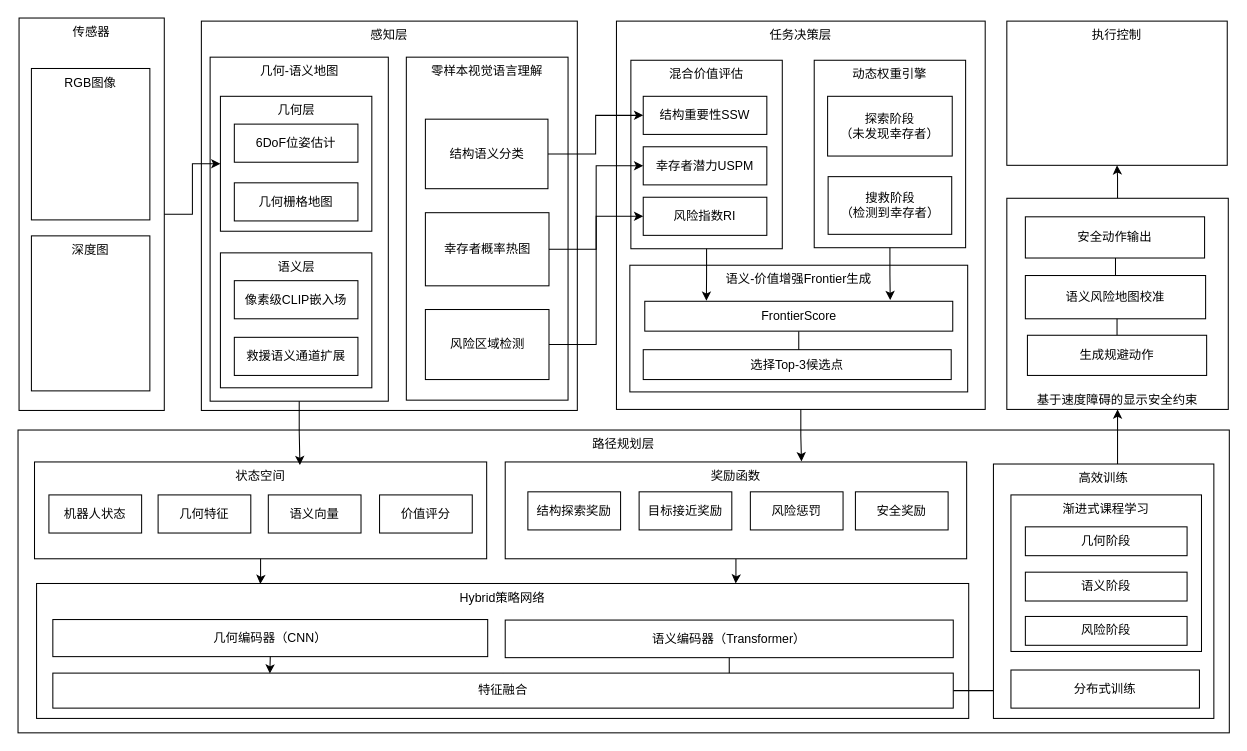
The draw.io diagram 未命名绘图.drawio in qingyuhai/myGitTemp, before the edit. Source tidied: cells renumbered, new cells numbered last; positions are measured from the earlier drawing's top-left corner, leaving out a move shared by most shapes. Both pictures are drawn from the tidied source at 103%, with x=0, y=0 at pixel (18, 18).
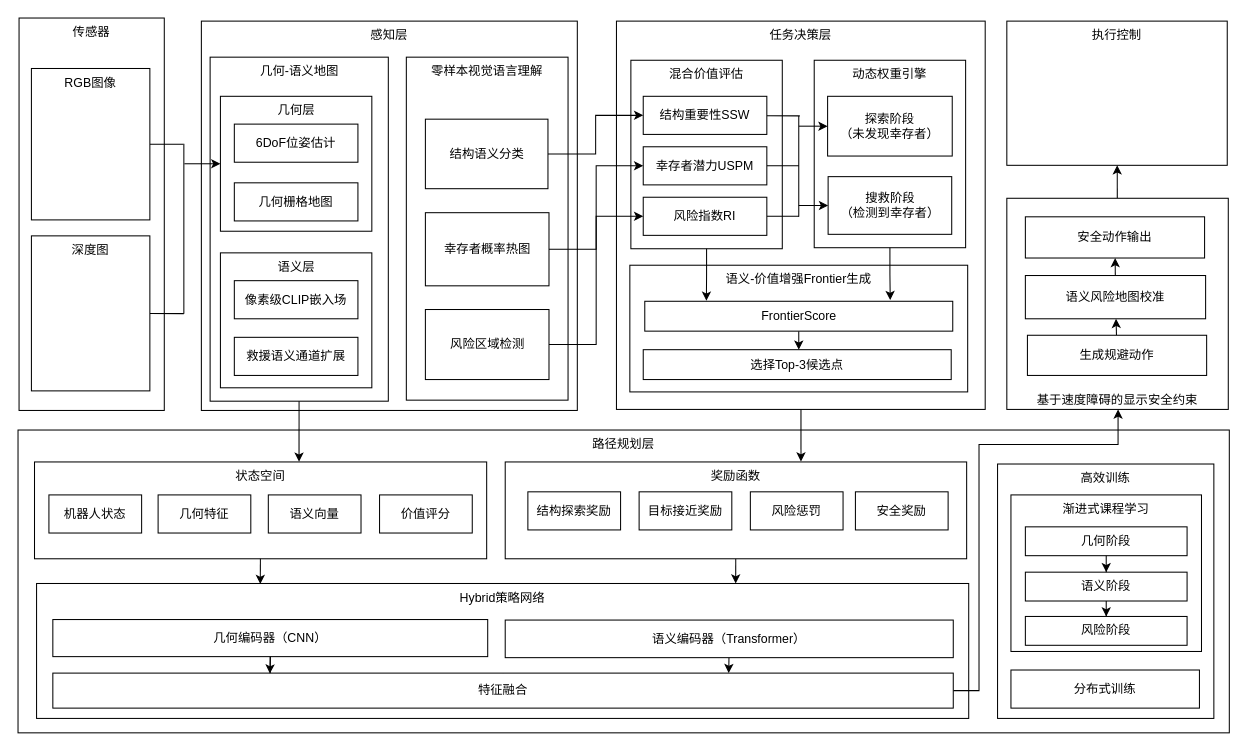
Above is the later version.

Commit message (it also covers changes not shown here):
更新未命名绘图.drawio

Unchanged cells that the change refers to:
```xml
<mxCell id="2" value="传感器" style="rounded=0;whiteSpace=wrap;html=1;verticalAlign=top;" parent="1" vertex="1">
<mxCell id="4" value="任务决策层" style="rounded=0;whiteSpace=wrap;html=1;verticalAlign=top;" parent="1" vertex="1">
<mxCell id="6" value="执行控制" style="rounded=0;whiteSpace=wrap;html=1;verticalAlign=top;" parent="1" vertex="1">
<mxCell id="7" value="几何-语义地图" style="rounded=0;whiteSpace=wrap;html=1;verticalAlign=top;" parent="1" vertex="1">
<mxCell id="8" value="几何层" style="rounded=0;whiteSpace=wrap;html=1;verticalAlign=top;" parent="1" vertex="1">
<mxCell id="11" value="结构重要性SSW" style="rounded=0;whiteSpace=wrap;html=1;" parent="1" vertex="1">
<mxCell id="12" value="幸存者潜力USPM" style="rounded=0;whiteSpace=wrap;html=1;" parent="1" vertex="1">
<mxCell id="13" value="风险指数RI" style="rounded=0;whiteSpace=wrap;html=1;" parent="1" vertex="1">
<mxCell id="15" value="探索阶段&lt;div&gt;（未发现幸存者）&lt;/div&gt;" style="rounded=0;whiteSpace=wrap;html=1;" parent="1" vertex="1">
<mxCell id="16" value="搜救阶段&lt;div&gt;（检测到幸存者）&lt;/div&gt;" style="rounded=0;whiteSpace=wrap;html=1;" parent="1" vertex="1">
<mxCell id="17" value="Hybrid策略网络" style="rounded=0;whiteSpace=wrap;html=1;verticalAlign=top;" parent="1" vertex="1">
<mxCell id="18" value="状态空间" style="rounded=0;whiteSpace=wrap;html=1;verticalAlign=top;" parent="1" vertex="1">
<mxCell id="19" value="几何编码器（CNN）" style="rounded=0;whiteSpace=wrap;html=1;" parent="1" vertex="1">
<mxCell id="21" value="语义编码器（Transformer）" style="rounded=0;whiteSpace=wrap;html=1;" parent="1" vertex="1">
<mxCell id="23" value="&lt;div&gt;&lt;div class=&quot;old-record-id-UI9NddCrRo0jrax99HIcFApNn1e&quot;&gt;基于速度障碍的&lt;span style=&quot;color: light-dark(rgb(0, 0, 0), rgb(255, 255, 255));&quot;&gt;显示安全约束&lt;/span&gt;&lt;/div&gt;&lt;/div&gt;" style="rounded=0;whiteSpace=wrap;html=1;verticalAlign=bottom;" parent="1" vertex="1">
<mxCell id="24" value="RGB图像" style="rounded=0;whiteSpace=wrap;html=1;verticalAlign=top;" parent="1" vertex="1">
<mxCell id="25" value="深度图" style="rounded=0;whiteSpace=wrap;html=1;verticalAlign=top;" parent="1" vertex="1">
<mxCell id="27" value="生成规避动作" style="rounded=0;whiteSpace=wrap;html=1;" parent="1" vertex="1">
<mxCell id="29" value="语义风险地图校准" style="rounded=0;whiteSpace=wrap;html=1;" parent="1" vertex="1">
<mxCell id="35" value="奖励函数" style="rounded=0;whiteSpace=wrap;html=1;verticalAlign=top;" parent="1" vertex="1">
<mxCell id="41" value="特征融合" style="rounded=0;whiteSpace=wrap;html=1;" parent="1" vertex="1">
<mxCell id="46" value="安全动作输出" style="rounded=0;whiteSpace=wrap;html=1;" parent="1" vertex="1">
<mxCell id="56" value="&lt;div&gt;&lt;div class=&quot;old-record-id-MrWGdxZGiolvprx9qxSc6dqvnWe&quot;&gt;&lt;div&gt;&lt;div class=&quot;ace-line ace-line old-record-id-MdqQdFTXMoa1VLxG5Y0cHxWdnwl&quot;&gt;&lt;span class=&quot;j-block-container&quot;&gt;FrontierScore&lt;/span&gt;&lt;/div&gt;&lt;/div&gt;&lt;span class=&quot;lark-record-clipboard&quot; data-lark-record-data=&quot;{&amp;quot;rootId&amp;quot;:&amp;quot;BNPAdGCBEommW2xqo2ccPuPGn6e&amp;quot;,&amp;quot;text&amp;quot;:{&amp;quot;initialAttributedTexts&amp;quot;:{&amp;quot;text&amp;quot;:{&amp;quot;0&amp;quot;:&amp;quot; &amp;quot;},&amp;quot;attribs&amp;quot;:{&amp;quot;0&amp;quot;:&amp;quot;*2*0*1+1&amp;quot;}},&amp;quot;apool&amp;quot;:{&amp;quot;numToAttrib&amp;quot;:{&amp;quot;0&amp;quot;:[&amp;quot;equation&amp;quot;,&amp;quot;\\text{FrontierScore}\n&amp;quot;],&amp;quot;1&amp;quot;:[&amp;quot;objectID&amp;quot;,&amp;quot;rOXUzTqO&amp;quot;],&amp;quot;2&amp;quot;:[&amp;quot;author&amp;quot;,&amp;quot;7080140424181972994&amp;quot;]},&amp;quot;nextNum&amp;quot;:3}},&amp;quot;type&amp;quot;:&amp;quot;text&amp;quot;,&amp;quot;referenceRecordMap&amp;quot;:{},&amp;quot;extra&amp;quot;:{&amp;quot;channel&amp;quot;:&amp;quot;saas&amp;quot;,&amp;quot;isEqualBlockSelection&amp;quot;:true,&amp;quot;pasteRandomId&amp;quot;:&amp;quot;67b2a4c2-bbb4-4ff4-b034-cae2410ab669&amp;quot;,&amp;quot;mention_page_title&amp;quot;:{},&amp;quot;external_mention_url&amp;quot;:{}},&amp;quot;isKeepQuoteContainer&amp;quot;:false,&amp;quot;isFromCode&amp;quot;:false,&amp;quot;selection&amp;quot;:[{&amp;quot;id&amp;quot;:252,&amp;quot;type&amp;quot;:&amp;quot;text&amp;quot;,&amp;quot;selection&amp;quot;:{&amp;quot;start&amp;quot;:0,&amp;quot;end&amp;quot;:1},&amp;quot;recordId&amp;quot;:&amp;quot;MdqQdFTXMoa1VLxG5Y0cHxWdnwl&amp;quot;}],&amp;quot;payloadMap&amp;quot;:{},&amp;quot;isCut&amp;quot;:false}&quot;&gt;&lt;/span&gt;&lt;/div&gt;&lt;/div&gt;&lt;span class=&quot;lark-record-clipboard&quot; data-lark-record-data=&quot;{&amp;quot;rootId&amp;quot;:&amp;quot;BNPAdGCBEommW2xqo2ccPuPGn6e&amp;quot;,&amp;quot;text&amp;quot;:{&amp;quot;initialAttributedTexts&amp;quot;:{&amp;quot;text&amp;quot;:{&amp;quot;0&amp;quot;:&amp;quot;价值地图引导的Frontier选择&amp;quot;},&amp;quot;attribs&amp;quot;:{&amp;quot;0&amp;quot;:&amp;quot;*0*1+h&amp;quot;}},&amp;quot;apool&amp;quot;:{&amp;quot;numToAttrib&amp;quot;:{&amp;quot;0&amp;quot;:[&amp;quot;author&amp;quot;,&amp;quot;7080140424181972994&amp;quot;],&amp;quot;1&amp;quot;:[&amp;quot;bold&amp;quot;,&amp;quot;true&amp;quot;]},&amp;quot;nextNum&amp;quot;:2}},&amp;quot;type&amp;quot;:&amp;quot;text&amp;quot;,&amp;quot;referenceRecordMap&amp;quot;:{},&amp;quot;extra&amp;quot;:{&amp;quot;channel&amp;quot;:&amp;quot;saas&amp;quot;,&amp;quot;isEqualBlockSelection&amp;quot;:false,&amp;quot;pasteRandomId&amp;quot;:&amp;quot;e27646a3-14b2-4f86-8ac1-85d0b10dd6ea&amp;quot;,&amp;quot;mention_page_title&amp;quot;:{},&amp;quot;external_mention_url&amp;quot;:{}},&amp;quot;isKeepQuoteContainer&amp;quot;:false,&amp;quot;isFromCode&amp;quot;:false,&amp;quot;selection&amp;quot;:[{&amp;quot;id&amp;quot;:241,&amp;quot;type&amp;quot;:&amp;quot;text&amp;quot;,&amp;quot;selection&amp;quot;:{&amp;quot;start&amp;quot;:0,&amp;quot;end&amp;quot;:17},&amp;quot;recordId&amp;quot;:&amp;quot;MrWGdxZGiolvprx9qxSc6dqvnWe&amp;quot;}],&amp;quot;payloadMap&amp;quot;:{},&amp;quot;isCut&amp;quot;:false}&quot;&gt;&lt;/span&gt;" style="rounded=0;whiteSpace=wrap;html=1;" parent="1" vertex="1">
<mxCell id="57" value="&lt;div&gt;&lt;div class=&quot;old-record-id-MrWGdxZGiolvprx9qxSc6dqvnWe&quot;&gt;&lt;div&gt;&lt;div class=&quot;ace-line ace-line old-record-id-MdqQdFTXMoa1VLxG5Y0cHxWdnwl&quot;&gt;&lt;div&gt;&lt;div class=&quot;old-record-id-ON2RdJJ0aoLhdgxKIYQc2rJrnkc&quot;&gt;选择Top-3候选点&lt;/div&gt;&lt;/div&gt;&lt;span class=&quot;lark-record-clipboard&quot; data-lark-record-data=&quot;{&amp;quot;rootId&amp;quot;:&amp;quot;BNPAdGCBEommW2xqo2ccPuPGn6e&amp;quot;,&amp;quot;text&amp;quot;:{&amp;quot;initialAttributedTexts&amp;quot;:{&amp;quot;text&amp;quot;:{&amp;quot;0&amp;quot;:&amp;quot;选择Top-3候选点&amp;quot;},&amp;quot;attribs&amp;quot;:{&amp;quot;0&amp;quot;:&amp;quot;*0+a&amp;quot;}},&amp;quot;apool&amp;quot;:{&amp;quot;numToAttrib&amp;quot;:{&amp;quot;0&amp;quot;:[&amp;quot;author&amp;quot;,&amp;quot;7080140424181972994&amp;quot;]},&amp;quot;nextNum&amp;quot;:1}},&amp;quot;type&amp;quot;:&amp;quot;text&amp;quot;,&amp;quot;referenceRecordMap&amp;quot;:{},&amp;quot;extra&amp;quot;:{&amp;quot;channel&amp;quot;:&amp;quot;saas&amp;quot;,&amp;quot;isEqualBlockSelection&amp;quot;:false,&amp;quot;pasteRandomId&amp;quot;:&amp;quot;8e714dca-01f3-4ddd-979a-de3e74d18979&amp;quot;,&amp;quot;mention_page_title&amp;quot;:{},&amp;quot;external_mention_url&amp;quot;:{}},&amp;quot;isKeepQuoteContainer&amp;quot;:false,&amp;quot;isFromCode&amp;quot;:false,&amp;quot;selection&amp;quot;:[{&amp;quot;id&amp;quot;:616,&amp;quot;type&amp;quot;:&amp;quot;text&amp;quot;,&amp;quot;selection&amp;quot;:{&amp;quot;start&amp;quot;:32,&amp;quot;end&amp;quot;:42},&amp;quot;recordId&amp;quot;:&amp;quot;ON2RdJJ0aoLhdgxKIYQc2rJrnkc&amp;quot;}],&amp;quot;payloadMap&amp;quot;:{},&amp;quot;isCut&amp;quot;:false}&quot;&gt;&lt;/span&gt;&lt;/div&gt;&lt;/div&gt;&lt;span class=&quot;lark-record-clipboard&quot; data-lark-record-data=&quot;{&amp;quot;rootId&amp;quot;:&amp;quot;BNPAdGCBEommW2xqo2ccPuPGn6e&amp;quot;,&amp;quot;text&amp;quot;:{&amp;quot;initialAttributedTexts&amp;quot;:{&amp;quot;text&amp;quot;:{&amp;quot;0&amp;quot;:&amp;quot; &amp;quot;},&amp;quot;attribs&amp;quot;:{&amp;quot;0&amp;quot;:&amp;quot;*2*0*1+1&amp;quot;}},&amp;quot;apool&amp;quot;:{&amp;quot;numToAttrib&amp;quot;:{&amp;quot;0&amp;quot;:[&amp;quot;equation&amp;quot;,&amp;quot;\\text{FrontierScore}\n&amp;quot;],&amp;quot;1&amp;quot;:[&amp;quot;objectID&amp;quot;,&amp;quot;rOXUzTqO&amp;quot;],&amp;quot;2&amp;quot;:[&amp;quot;author&amp;quot;,&amp;quot;7080140424181972994&amp;quot;]},&amp;quot;nextNum&amp;quot;:3}},&amp;quot;type&amp;quot;:&amp;quot;text&amp;quot;,&amp;quot;referenceRecordMap&amp;quot;:{},&amp;quot;extra&amp;quot;:{&amp;quot;channel&amp;quot;:&amp;quot;saas&amp;quot;,&amp;quot;isEqualBlockSelection&amp;quot;:true,&amp;quot;pasteRandomId&amp;quot;:&amp;quot;67b2a4c2-bbb4-4ff4-b034-cae2410ab669&amp;quot;,&amp;quot;mention_page_title&amp;quot;:{},&amp;quot;external_mention_url&amp;quot;:{}},&amp;quot;isKeepQuoteContainer&amp;quot;:false,&amp;quot;isFromCode&amp;quot;:false,&amp;quot;selection&amp;quot;:[{&amp;quot;id&amp;quot;:252,&amp;quot;type&amp;quot;:&amp;quot;text&amp;quot;,&amp;quot;selection&amp;quot;:{&amp;quot;start&amp;quot;:0,&amp;quot;end&amp;quot;:1},&amp;quot;recordId&amp;quot;:&amp;quot;MdqQdFTXMoa1VLxG5Y0cHxWdnwl&amp;quot;}],&amp;quot;payloadMap&amp;quot;:{},&amp;quot;isCut&amp;quot;:false}&quot;&gt;&lt;/span&gt;&lt;/div&gt;&lt;/div&gt;&lt;span class=&quot;lark-record-clipboard&quot; data-lark-record-data=&quot;{&amp;quot;rootId&amp;quot;:&amp;quot;BNPAdGCBEommW2xqo2ccPuPGn6e&amp;quot;,&amp;quot;text&amp;quot;:{&amp;quot;initialAttributedTexts&amp;quot;:{&amp;quot;text&amp;quot;:{&amp;quot;0&amp;quot;:&amp;quot;价值地图引导的Frontier选择&amp;quot;},&amp;quot;attribs&amp;quot;:{&amp;quot;0&amp;quot;:&amp;quot;*0*1+h&amp;quot;}},&amp;quot;apool&amp;quot;:{&amp;quot;numToAttrib&amp;quot;:{&amp;quot;0&amp;quot;:[&amp;quot;author&amp;quot;,&amp;quot;7080140424181972994&amp;quot;],&amp;quot;1&amp;quot;:[&amp;quot;bold&amp;quot;,&amp;quot;true&amp;quot;]},&amp;quot;nextNum&amp;quot;:2}},&amp;quot;type&amp;quot;:&amp;quot;text&amp;quot;,&amp;quot;referenceRecordMap&amp;quot;:{},&amp;quot;extra&amp;quot;:{&amp;quot;channel&amp;quot;:&amp;quot;saas&amp;quot;,&amp;quot;isEqualBlockSelection&amp;quot;:false,&amp;quot;pasteRandomId&amp;quot;:&amp;quot;e27646a3-14b2-4f86-8ac1-85d0b10dd6ea&amp;quot;,&amp;quot;mention_page_title&amp;quot;:{},&amp;quot;external_mention_url&amp;quot;:{}},&amp;quot;isKeepQuoteContainer&amp;quot;:false,&amp;quot;isFromCode&amp;quot;:false,&amp;quot;selection&amp;quot;:[{&amp;quot;id&amp;quot;:241,&amp;quot;type&amp;quot;:&amp;quot;text&amp;quot;,&amp;quot;selection&amp;quot;:{&amp;quot;start&amp;quot;:0,&amp;quot;end&amp;quot;:17},&amp;quot;recordId&amp;quot;:&amp;quot;MrWGdxZGiolvprx9qxSc6dqvnWe&amp;quot;}],&amp;quot;payloadMap&amp;quot;:{},&amp;quot;isCut&amp;quot;:false}&quot;&gt;&lt;/span&gt;" style="rounded=0;whiteSpace=wrap;html=1;" parent="1" vertex="1">
<mxCell id="60" value="几何阶段" style="rounded=0;whiteSpace=wrap;html=1;" parent="1" vertex="1">
<mxCell id="62" value="语义阶段" style="rounded=0;whiteSpace=wrap;html=1;" parent="1" vertex="1">
<mxCell id="63" value="风险阶段" style="rounded=0;whiteSpace=wrap;html=1;" parent="1" vertex="1">
```

Diff of the diagram source:
```diff
@@
+    <mxCell id="71" style="rounded=0;jettySize=auto;html=1;" parent="1" edge="1" target="8">
+      <mxGeometry relative="1" as="geometry">
+        <mxPoint x="161.5" y="141.5" as="sourcePoint" />
+      </mxGeometry>
+    </mxCell>
@@
+    <mxCell id="72" style="rounded=0;jettySize=auto;html=1;curved=0;strokeColor=default;flowAnimation=0;shadow=0;jumpStyle=line;jumpSize=6;endArrow=none;startFill=0;" parent="1" edge="1" source="11">
+      <mxGeometry relative="1" as="geometry">
+        <mxPoint x="759" y="95" as="targetPoint" />
+      </mxGeometry>
+    </mxCell>
@@
+    <mxCell id="73" style="edgeStyle=orthogonalEdgeStyle;rounded=0;jettySize=auto;html=1;flowAnimation=0;endArrow=none;startFill=0;" parent="1" edge="1" source="12">
+      <mxGeometry relative="1" as="geometry">
+        <mxPoint x="758.1" y="143.5" as="targetPoint" />
+      </mxGeometry>
+    </mxCell>
@@
+    <mxCell id="74" style="edgeStyle=orthogonalEdgeStyle;rounded=0;jettySize=auto;html=1;endArrow=none;startFill=0;" parent="1" edge="1" source="13">
+      <mxGeometry relative="1" as="geometry">
+        <mxPoint x="758.2" y="192.5" as="targetPoint" />
+      </mxGeometry>
+    </mxCell>
@@
+    <mxCell id="75" style="rounded=0;jettySize=auto;html=1;" parent="1" edge="1" target="15">
+      <mxGeometry relative="1" as="geometry">
+        <mxPoint x="758.1" y="105" as="sourcePoint" />
+      </mxGeometry>
+    </mxCell>
@@
+    <mxCell id="76" style="rounded=0;jettySize=auto;html=1;" parent="1" edge="1" target="16">
+      <mxGeometry relative="1" as="geometry">
+        <mxPoint x="758" y="182" as="sourcePoint" />
+      </mxGeometry>
+    </mxCell>
@@
+    <mxCell id="77" style="edgeStyle=orthogonalEdgeStyle;rounded=0;jettySize=auto;html=1;" parent="1" edge="1" source="19" target="41">
+      <mxGeometry relative="1" as="geometry" />
+    </mxCell>
@@
-    <mxCell id="20" style="edgeStyle=orthogonalEdgeStyle;rounded=0;jettySize=auto;html=1;" parent="1" edge="1" source="21" target="41">
-      <mxGeometry relative="1" as="geometry" />
-    </mxCell>
+    <mxCell id="78" style="rounded=0;jettySize=auto;html=1;strokeWidth=1;" parent="1" edge="1" source="21">
+      <mxGeometry relative="1" as="geometry">
+        <mxPoint x="690" y="636" as="targetPoint" />
+      </mxGeometry>
+    </mxCell>
@@
-    <mxCell id="22" style="edgeStyle=orthogonalEdgeStyle;rounded=0;jettySize=auto;html=1;" parent="1" edge="1" source="23" target="6">
+    <mxCell id="22" style="rounded=0;jettySize=auto;html=1;" parent="1" edge="1" source="23" target="6">
       <mxGeometry relative="1" as="geometry" />
     </mxCell>
@@
+    <mxCell id="79" style="edgeStyle=orthogonalEdgeStyle;rounded=0;jettySize=auto;html=1;endArrow=none;startFill=0;" parent="1" edge="1" source="24">
+      <mxGeometry relative="1" as="geometry">
+        <mxPoint x="160.5" y="122.5" as="targetPoint" />
+      </mxGeometry>
+    </mxCell>
@@
+    <mxCell id="80" style="rounded=0;jettySize=auto;html=1;endArrow=none;startFill=0;" parent="1" edge="1" source="25">
+      <mxGeometry relative="1" as="geometry">
+        <mxPoint x="161" y="287" as="targetPoint" />
+      </mxGeometry>
+    </mxCell>
@@
-    <mxCell id="26" style="edgeStyle=orthogonalEdgeStyle;rounded=0;jettySize=auto;html=1;entryX=0.503;entryY=1;entryDx=0;entryDy=0;entryPerimeter=0;" parent="1" edge="1" source="27" target="29">
+    <mxCell id="26" style="rounded=0;jettySize=auto;html=1;entryX=0.503;entryY=1;entryDx=0;entryDy=0;entryPerimeter=0;" parent="1" edge="1" source="27" target="29">
       <mxGeometry relative="1" as="geometry" />
     </mxCell>
@@
-    <mxCell id="28" style="edgeStyle=orthogonalEdgeStyle;rounded=0;jettySize=auto;html=1;" parent="1" edge="1" source="29" target="46">
+    <mxCell id="28" style="rounded=0;jettySize=auto;html=1;" parent="1" edge="1" source="29" target="46">
       <mxGeometry relative="1" as="geometry" />
     </mxCell>
@@
-    <mxCell id="34" style="edgeStyle=orthogonalEdgeStyle;rounded=0;jettySize=auto;html=1;entryX=0.75;entryY=0;entryDx=0;entryDy=0;" parent="1" edge="1" source="35" target="17">
+    <mxCell id="34" style="rounded=0;jettySize=auto;html=1;entryX=0.75;entryY=0;entryDx=0;entryDy=0;" parent="1" edge="1" source="35" target="17">
       <mxGeometry relative="1" as="geometry" />
     </mxCell>
@@
     <mxCell id="40" style="edgeStyle=orthogonalEdgeStyle;rounded=0;jettySize=auto;html=1;" parent="1" edge="1" source="41" target="23">
-      <mxGeometry relative="1" as="geometry" />
+      <mxGeometry relative="1" as="geometry">
+        <Array as="points">
+          <mxPoint x="933" y="653" />
+          <mxPoint x="933" y="414" />
+          <mxPoint x="1068" y="414" />
+        </Array>
+      </mxGeometry>
     </mxCell>
@@
     <mxCell id="55" style="edgeStyle=orthogonalEdgeStyle;rounded=0;jettySize=auto;html=1;" parent="1" edge="1" source="56" target="57">
-      <mxGeometry relative="1" as="geometry" />
+      <mxGeometry relative="1" as="geometry">
+        <Array as="points">
+          <mxPoint x="757" y="323" />
+          <mxPoint x="757" y="323" />
+        </Array>
+      </mxGeometry>
     </mxCell>
@@
     <mxCell id="58" value="高效训练" style="rounded=0;whiteSpace=wrap;html=1;verticalAlign=top;" parent="1" vertex="1">
-      <mxGeometry x="947" y="433" width="214" height="247" as="geometry" />
+      <mxGeometry x="951" y="433" width="210" height="247" as="geometry" />
     </mxCell>
@@
+    <mxCell id="81" style="edgeStyle=orthogonalEdgeStyle;rounded=0;jettySize=auto;html=1;entryX=0.5;entryY=0;entryDx=0;entryDy=0;" parent="1" edge="1" source="60" target="62">
+      <mxGeometry relative="1" as="geometry" />
+    </mxCell>
@@
+    <mxCell id="82" style="edgeStyle=orthogonalEdgeStyle;rounded=0;jettySize=auto;html=1;entryX=0.5;entryY=0;entryDx=0;entryDy=0;" parent="1" edge="1" source="62" target="63">
+      <mxGeometry relative="1" as="geometry" />
+    </mxCell>
@@
-    <mxCell id="64" style="edgeStyle=orthogonalEdgeStyle;rounded=0;jettySize=auto;html=1;entryX=0;entryY=0.5;entryDx=0;entryDy=0;" parent="1" edge="1" source="2" target="8">
-      <mxGeometry relative="1" as="geometry" />
-    </mxCell>
@@
-    <mxCell id="66" style="edgeStyle=orthogonalEdgeStyle;rounded=0;jettySize=auto;html=1;entryX=0.587;entryY=0.032;entryDx=0;entryDy=0;entryPerimeter=0;" parent="1" edge="1" source="7" target="18">
+    <mxCell id="66" style="rounded=0;jettySize=auto;html=1;entryX=0.585;entryY=-0.003;entryDx=0;entryDy=0;entryPerimeter=0;" parent="1" edge="1" source="7" target="18">
       <mxGeometry relative="1" as="geometry" />
     </mxCell>
-    <mxCell id="67" style="edgeStyle=orthogonalEdgeStyle;rounded=0;jettySize=auto;html=1;entryX=0.642;entryY=-0.006;entryDx=0;entryDy=0;entryPerimeter=0;" parent="1" edge="1" source="4" target="35">
+    <mxCell id="67" style="rounded=0;jettySize=auto;html=1;entryX=0.641;entryY=-0.004;entryDx=0;entryDy=0;entryPerimeter=0;" parent="1" edge="1" source="4" target="35">
       <mxGeometry relative="1" as="geometry" />
     </mxCell>
-    <mxCell id="68" style="edgeStyle=orthogonalEdgeStyle;rounded=0;jettySize=auto;html=1;entryX=0.24;entryY=0.004;entryDx=0;entryDy=0;entryPerimeter=0;" parent="1" edge="1" source="18" target="17">
+    <mxCell id="68" style="rounded=0;jettySize=auto;html=1;entryX=0.24;entryY=0.004;entryDx=0;entryDy=0;entryPerimeter=0;" parent="1" edge="1" source="18" target="17">
       <mxGeometry relative="1" as="geometry" />
     </mxCell>
-    <mxCell id="69" style="edgeStyle=orthogonalEdgeStyle;rounded=0;jettySize=auto;html=1;exitX=0.5;exitY=1;exitDx=0;exitDy=0;entryX=0.241;entryY=0.012;entryDx=0;entryDy=0;entryPerimeter=0;" parent="1" edge="1" source="19" target="41">
+    <mxCell id="69" style="rounded=0;jettySize=auto;html=1;exitX=0.5;exitY=1;exitDx=0;exitDy=0;entryX=0.241;entryY=0.012;entryDx=0;entryDy=0;entryPerimeter=0;" parent="1" edge="1" source="19" target="41">
       <mxGeometry relative="1" as="geometry" />
     </mxCell>
@@
+    <mxCell id="83" style="endArrow=none;html=1;rounded=0;" parent="1" edge="1">
+      <mxGeometry relative="1" as="geometry">
+        <mxPoint x="758" y="193" as="sourcePoint" />
+        <mxPoint x="758" y="95" as="targetPoint" />
+      </mxGeometry>
+    </mxCell>
+    <mxCell id="84" style="endArrow=none;html=1;rounded=0;" parent="1" edge="1">
+      <mxGeometry relative="1" as="geometry">
+        <mxPoint x="161" y="287" as="sourcePoint" />
+        <mxPoint x="161" y="122" as="targetPoint" />
+      </mxGeometry>
+    </mxCell>
```
